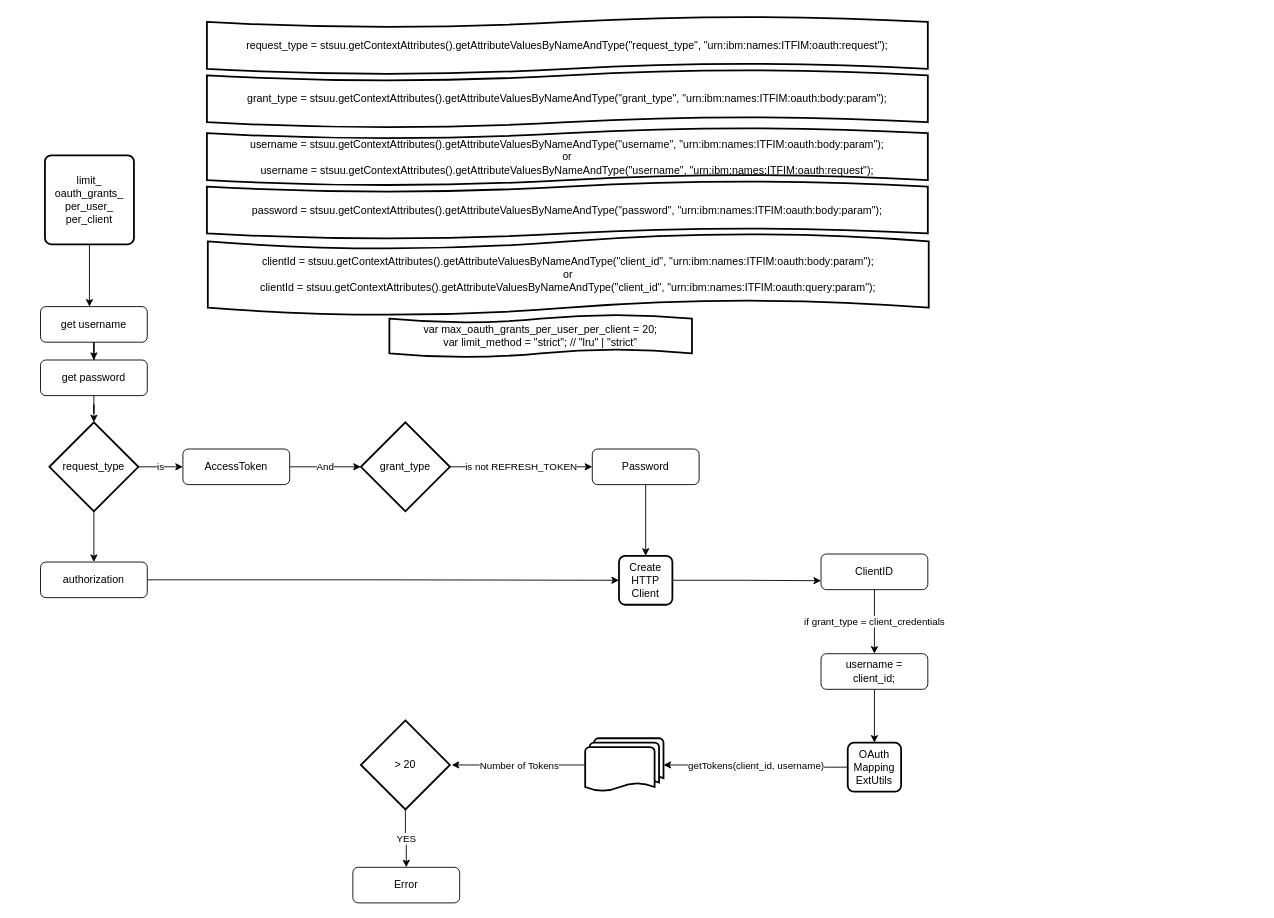
This is diagrams/enable_custom_tokens.drawio from jskbabu/sree-general, a draw.io file, before an edit. Source tidied: cells renumbered, new cells numbered last; positions are measured from the earlier drawing's top-left corner, leaving out a move shared by most shapes. Both pictures are drawn from the tidied source at 89%, with x=0, y=0 at pixel (40, 16).
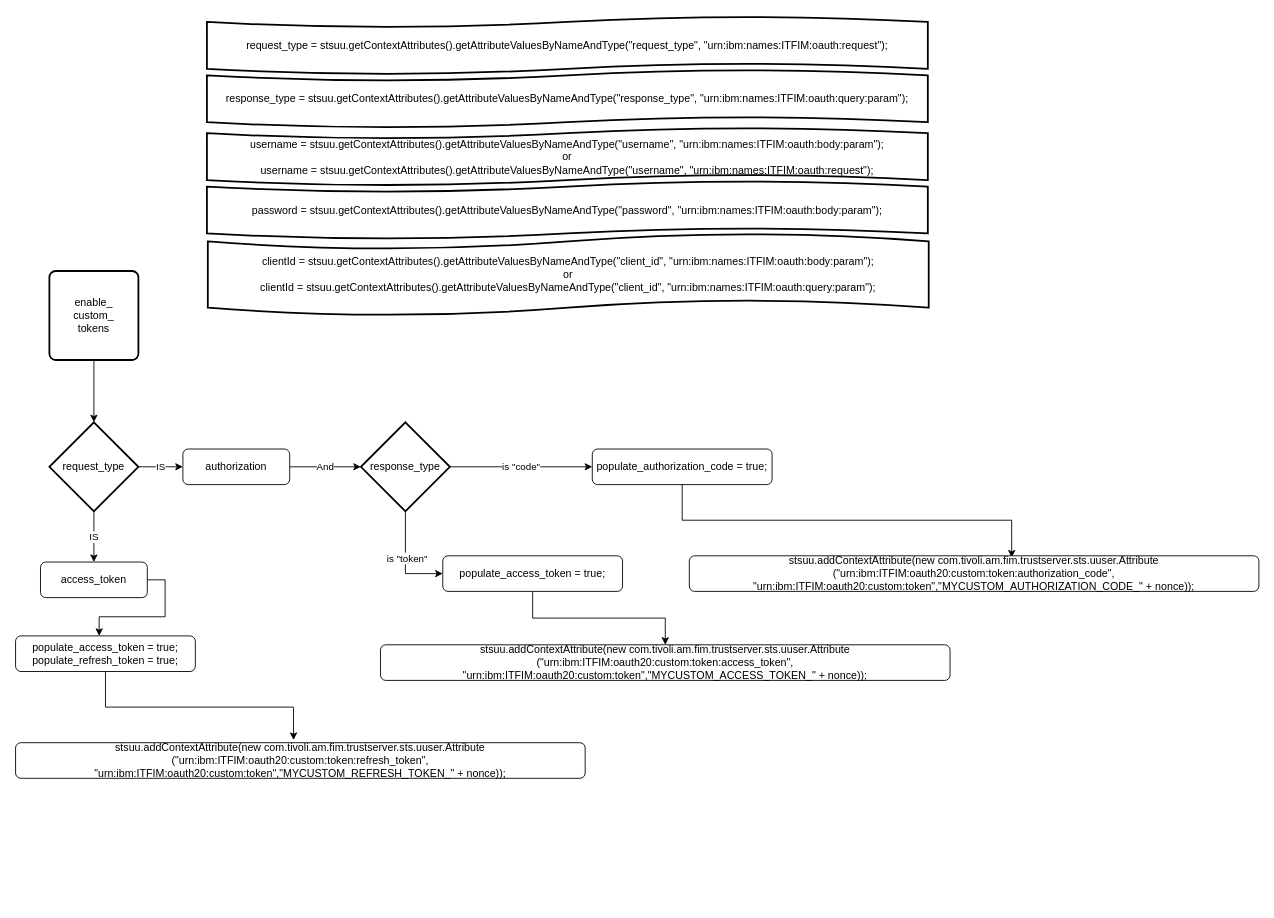
Above is the later version.

The change refers to these unchanged cells:
```xml
<mxCell id="9" value="request_type" style="strokeWidth=2;html=1;shape=mxgraph.flowchart.decision;whiteSpace=wrap;" parent="1" vertex="1">
  <mxGeometry x="10" y="456" width="100" height="100" as="geometry" />
</mxCell>
```

The edit, as a diff of the source:
```diff
@@
-    <mxCell id="2" style="edgeStyle=orthogonalEdgeStyle;rounded=0;jettySize=auto;html=1;exitX=0.5;exitY=0;exitDx=0;exitDy=0;entryX=0;entryY=0.5;entryDx=0;entryDy=0;" parent="1" edge="1" target="4">
-      <mxGeometry relative="1" as="geometry">
-        <mxPoint x="55" y="326" as="sourcePoint" />
-      </mxGeometry>
-    </mxCell>
-    <mxCell id="3" style="edgeStyle=orthogonalEdgeStyle;rounded=0;jettySize=auto;html=1;" parent="1" edge="1" source="4" target="6">
-      <mxGeometry relative="1" as="geometry" />
-    </mxCell>
-    <mxCell id="4" value="get username" style="rounded=1;whiteSpace=wrap;html=1;fontSize=12;glass=0;strokeWidth=1;shadow=0;" parent="1" vertex="1">
-      <mxGeometry y="326" width="120" height="40" as="geometry" />
-    </mxCell>
-    <mxCell id="5" style="edgeStyle=orthogonalEdgeStyle;rounded=0;jettySize=auto;html=1;" parent="1" edge="1" source="6" target="9">
-      <mxGeometry relative="1" as="geometry" />
-    </mxCell>
-    <mxCell id="6" value="get password" style="rounded=1;whiteSpace=wrap;html=1;fontSize=12;glass=0;strokeWidth=1;shadow=0;" parent="1" vertex="1">
-      <mxGeometry y="386" width="120" height="40" as="geometry" />
-    </mxCell>
-    <mxCell id="7" value="is" style="edgeStyle=orthogonalEdgeStyle;rounded=0;jettySize=auto;html=1;entryX=0;entryY=0.5;entryDx=0;entryDy=0;" parent="1" edge="1" source="9" target="11">
+    <mxCell id="7" value="IS" style="edgeStyle=orthogonalEdgeStyle;rounded=0;jettySize=auto;html=1;entryX=0;entryY=0.5;entryDx=0;entryDy=0;" parent="1" edge="1" source="9" target="11">
       <mxGeometry relative="1" as="geometry" />
     </mxCell>
-    <mxCell id="8" style="edgeStyle=orthogonalEdgeStyle;rounded=0;jettySize=auto;html=1;" parent="1" edge="1" source="9" target="25">
+    <mxCell id="8" value="IS" style="edgeStyle=orthogonalEdgeStyle;rounded=0;jettySize=auto;html=1;" parent="1" edge="1" source="9" target="25">
       <mxGeometry relative="1" as="geometry" />
     </mxCell>
@@
-    <mxCell id="11" value="AccessToken" style="rounded=1;whiteSpace=wrap;html=1;fontSize=12;glass=0;strokeWidth=1;shadow=0;" parent="1" vertex="1">
+    <mxCell id="11" value="authorization" style="rounded=1;whiteSpace=wrap;html=1;fontSize=12;glass=0;strokeWidth=1;shadow=0;" parent="1" vertex="1">
       <mxGeometry x="160" y="486" width="120" height="40" as="geometry" />
     </mxCell>
-    <mxCell id="12" value="is not REFRESH_TOKEN" style="edgeStyle=orthogonalEdgeStyle;rounded=0;jettySize=auto;html=1;" parent="1" edge="1" source="13" target="15">
+    <mxCell id="12" value="is &quot;code&quot;" style="edgeStyle=orthogonalEdgeStyle;rounded=0;jettySize=auto;html=1;" parent="1" edge="1" source="13" target="15">
       <mxGeometry relative="1" as="geometry">
         <Array as="points">
           <mxPoint x="542" y="506" />
           <mxPoint x="542" y="506" />
         </Array>
       </mxGeometry>
     </mxCell>
+    <mxCell id="39" style="edgeStyle=orthogonalEdgeStyle;rounded=0;jettySize=auto;html=1;entryX=0;entryY=0.5;entryDx=0;entryDy=0;" parent="1" edge="1" source="13" target="45">
+      <mxGeometry relative="1" as="geometry" />
+    </mxCell>
+    <mxCell id="40" value="is &quot;token&quot;" style="edgeLabel;html=1;align=center;verticalAlign=middle;" parent="39" vertex="1">
+      <mxGeometry x="-0.08" y="1" relative="1" as="geometry" />
+    </mxCell>
-    <mxCell id="13" value="grant_type" style="strokeWidth=2;html=1;shape=mxgraph.flowchart.decision;whiteSpace=wrap;" parent="1" vertex="1">
+    <mxCell id="13" value="response_type" style="strokeWidth=2;html=1;shape=mxgraph.flowchart.decision;whiteSpace=wrap;" parent="1" vertex="1">
       <mxGeometry x="360" y="456" width="100" height="100" as="geometry" />
     </mxCell>
-    <mxCell id="14" style="edgeStyle=orthogonalEdgeStyle;rounded=0;jettySize=auto;html=1;" parent="1" edge="1" source="15" target="19">
-      <mxGeometry relative="1" as="geometry" />
-    </mxCell>
+    <mxCell id="41" style="edgeStyle=orthogonalEdgeStyle;rounded=0;jettySize=auto;html=1;entryX=0.566;entryY=0.05;entryDx=0;entryDy=0;entryPerimeter=0;" parent="1" edge="1" source="15" target="48">
+      <mxGeometry relative="1" as="geometry" />
+    </mxCell>
-    <mxCell id="15" value="Password" style="rounded=1;whiteSpace=wrap;html=1;fontSize=12;glass=0;strokeWidth=1;shadow=0;" parent="1" vertex="1">
-      <mxGeometry x="620" y="486" width="120" height="40" as="geometry" />
+    <mxCell id="15" value="populate_authorization_code = true;" style="rounded=1;whiteSpace=wrap;html=1;fontSize=12;glass=0;strokeWidth=1;shadow=0;" parent="1" vertex="1">
+      <mxGeometry x="620" y="486" width="202" height="40" as="geometry" />
     </mxCell>
-    <mxCell id="16" style="edgeStyle=orthogonalEdgeStyle;rounded=0;jettySize=auto;html=1;" parent="1" edge="1" source="17" target="4">
-      <mxGeometry relative="1" as="geometry">
-        <Array as="points">
-          <mxPoint x="55" y="306" />
-          <mxPoint x="55" y="306" />
-        </Array>
-      </mxGeometry>
-    </mxCell>
+    <mxCell id="42" style="edgeStyle=orthogonalEdgeStyle;rounded=0;jettySize=auto;html=1;entryX=0.5;entryY=0;entryDx=0;entryDy=0;entryPerimeter=0;" parent="1" edge="1" source="17" target="9">
+      <mxGeometry relative="1" as="geometry" />
+    </mxCell>
-    <mxCell id="17" value="limit_&lt;br&gt;oauth_grants_&lt;br&gt;per_user_&lt;br&gt;per_client" style="rounded=1;whiteSpace=wrap;html=1;absoluteArcSize=1;arcSize=14;strokeWidth=2;" parent="1" vertex="1">
-      <mxGeometry x="5" y="156" width="100" height="100" as="geometry" />
+    <mxCell id="17" value="enable_&lt;br&gt;custom_&lt;br&gt;tokens" style="rounded=1;whiteSpace=wrap;html=1;absoluteArcSize=1;arcSize=14;strokeWidth=2;" parent="1" vertex="1">
+      <mxGeometry x="10" y="286" width="100" height="100" as="geometry" />
     </mxCell>
-    <mxCell id="18" style="edgeStyle=orthogonalEdgeStyle;rounded=0;jettySize=auto;html=1;entryX=0;entryY=0.75;entryDx=0;entryDy=0;" parent="1" edge="1" source="19" target="27">
-      <mxGeometry relative="1" as="geometry" />
-    </mxCell>
-    <mxCell id="19" value="Create &lt;br&gt;HTTP &lt;br&gt;Client" style="rounded=1;whiteSpace=wrap;html=1;absoluteArcSize=1;arcSize=14;strokeWidth=2;" parent="1" vertex="1">
-      <mxGeometry x="650" y="606" width="60" height="55" as="geometry" />
-    </mxCell>
@@
-    <mxCell id="21" value="grant_type =&amp;nbsp;stsuu.getContextAttributes().getAttributeValuesByNameAndType(&quot;grant_type&quot;, &quot;urn:ibm:names:ITFIM:oauth:body:param&quot;);" style="shape=tape;whiteSpace=wrap;html=1;strokeWidth=2;size=0.19;" parent="1" vertex="1">
+    <mxCell id="21" value="response_type =&amp;nbsp;stsuu.getContextAttributes().getAttributeValuesByNameAndType(&quot;response_type&quot;, &quot;urn:ibm:names:ITFIM:oauth:query:param&quot;);" style="shape=tape;whiteSpace=wrap;html=1;strokeWidth=2;size=0.19;" parent="1" vertex="1">
       <mxGeometry x="187" y="60" width="810" height="65" as="geometry" />
     </mxCell>
@@
-    <mxCell id="24" style="edgeStyle=orthogonalEdgeStyle;rounded=0;jettySize=auto;html=1;entryX=0;entryY=0.5;entryDx=0;entryDy=0;" parent="1" edge="1" source="25" target="19">
-      <mxGeometry relative="1" as="geometry" />
-    </mxCell>
+    <mxCell id="43" style="edgeStyle=orthogonalEdgeStyle;rounded=0;jettySize=auto;html=1;exitX=1;exitY=0.5;exitDx=0;exitDy=0;entryX=0.465;entryY=0;entryDx=0;entryDy=0;entryPerimeter=0;" parent="1" edge="1" source="25" target="47">
+      <mxGeometry relative="1" as="geometry" />
+    </mxCell>
-    <mxCell id="25" value="authorization" style="rounded=1;whiteSpace=wrap;html=1;fontSize=12;glass=0;strokeWidth=1;shadow=0;" parent="1" vertex="1">
+    <mxCell id="25" value="access_token" style="rounded=1;whiteSpace=wrap;html=1;fontSize=12;glass=0;strokeWidth=1;shadow=0;" parent="1" vertex="1">
       <mxGeometry y="613" width="120" height="40" as="geometry" />
     </mxCell>
-    <mxCell id="26" value="if grant_type =&amp;nbsp;client_credentials" style="edgeStyle=orthogonalEdgeStyle;rounded=0;jettySize=auto;html=1;" parent="1" edge="1" source="27">
-      <mxGeometry relative="1" as="geometry">
-        <mxPoint x="937" y="716" as="targetPoint" />
-      </mxGeometry>
-    </mxCell>
-    <mxCell id="27" value="ClientID" style="rounded=1;whiteSpace=wrap;html=1;fontSize=12;glass=0;strokeWidth=1;shadow=0;" parent="1" vertex="1">
-      <mxGeometry x="877" y="604" width="120" height="40" as="geometry" />
-    </mxCell>
@@
-    <mxCell id="29" style="edgeStyle=orthogonalEdgeStyle;rounded=0;jettySize=auto;html=1;" parent="1" edge="1" source="30" target="32">
-      <mxGeometry relative="1" as="geometry" />
-    </mxCell>
-    <mxCell id="30" value="username = &lt;br&gt;client_id;" style="rounded=1;whiteSpace=wrap;html=1;fontSize=12;glass=0;strokeWidth=1;shadow=0;" parent="1" vertex="1">
-      <mxGeometry x="877" y="716" width="120" height="40" as="geometry" />
-    </mxCell>
-    <mxCell id="31" value="getTokens(client_id, username)" style="edgeStyle=orthogonalEdgeStyle;rounded=0;jettySize=auto;html=1;entryX=1;entryY=0.5;entryDx=0;entryDy=0;entryPerimeter=0;" parent="1" edge="1" source="32" target="34">
-      <mxGeometry relative="1" as="geometry" />
-    </mxCell>
-    <mxCell id="32" value="OAuth&lt;br&gt;Mapping&lt;br&gt;ExtUtils" style="rounded=1;whiteSpace=wrap;html=1;absoluteArcSize=1;arcSize=14;strokeWidth=2;" parent="1" vertex="1">
-      <mxGeometry x="907" y="816" width="60" height="55" as="geometry" />
-    </mxCell>
-    <mxCell id="33" value="Number of Tokens" style="edgeStyle=orthogonalEdgeStyle;rounded=0;jettySize=auto;html=1;" parent="1" edge="1" source="34">
-      <mxGeometry relative="1" as="geometry">
-        <mxPoint x="462" y="841" as="targetPoint" />
-      </mxGeometry>
-    </mxCell>
-    <mxCell id="34" style="strokeWidth=2;html=1;shape=mxgraph.flowchart.multi-document;whiteSpace=wrap;" parent="1" vertex="1">
-      <mxGeometry x="612" y="811" width="88" height="60" as="geometry" />
-    </mxCell>
-    <mxCell id="35" value="&lt;div&gt;var max_oauth_grants_per_user_per_client = 20;&lt;/div&gt;&lt;div&gt;var limit_method = &quot;strict&quot;; // &quot;lru&quot; | &quot;strict&quot;&lt;/div&gt;" style="shape=tape;whiteSpace=wrap;html=1;strokeWidth=2;size=0.19;" parent="1" vertex="1">
-      <mxGeometry x="392" y="335" width="340" height="48" as="geometry" />
-    </mxCell>
-    <mxCell id="36" value="YES" style="edgeStyle=orthogonalEdgeStyle;rounded=0;jettySize=auto;html=1;" parent="1" edge="1" source="37" target="38">
-      <mxGeometry relative="1" as="geometry" />
-    </mxCell>
-    <mxCell id="37" value="&amp;gt; 20" style="strokeWidth=2;html=1;shape=mxgraph.flowchart.decision;whiteSpace=wrap;" parent="1" vertex="1">
-      <mxGeometry x="360" y="791" width="100" height="100" as="geometry" />
-    </mxCell>
-    <mxCell id="38" value="Error" style="rounded=1;whiteSpace=wrap;html=1;fontSize=12;glass=0;strokeWidth=1;shadow=0;" parent="1" vertex="1">
-      <mxGeometry x="351" y="956" width="120" height="40" as="geometry" />
-    </mxCell>
+    <mxCell id="44" style="edgeStyle=orthogonalEdgeStyle;rounded=0;jettySize=auto;html=1;" parent="1" edge="1" source="45" target="49">
+      <mxGeometry relative="1" as="geometry" />
+    </mxCell>
+    <mxCell id="45" value="populate_access_token = true;" style="rounded=1;whiteSpace=wrap;html=1;fontSize=12;glass=0;strokeWidth=1;shadow=0;" parent="1" vertex="1">
+      <mxGeometry x="452" y="606" width="202" height="40" as="geometry" />
+    </mxCell>
+    <mxCell id="46" style="edgeStyle=orthogonalEdgeStyle;rounded=0;jettySize=auto;html=1;entryX=0.488;entryY=-0.075;entryDx=0;entryDy=0;entryPerimeter=0;" parent="1" edge="1" source="47" target="50">
+      <mxGeometry relative="1" as="geometry" />
+    </mxCell>
+    <mxCell id="47" value="&lt;div&gt;populate_access_token = true;&lt;/div&gt;&lt;div&gt;   populate_refresh_token = true;&lt;/div&gt;" style="rounded=1;whiteSpace=wrap;html=1;fontSize=12;glass=0;strokeWidth=1;shadow=0;" parent="1" vertex="1">
+      <mxGeometry x="-28" y="696" width="202" height="40" as="geometry" />
+    </mxCell>
+    <mxCell id="48" value="stsuu.addContextAttribute(new com.tivoli.am.fim.trustserver.sts.uuser.Attribute&lt;br&gt;(&quot;urn:ibm:ITFIM:oauth20:custom:token:authorization_code&quot;,&lt;br&gt;&quot;urn:ibm:ITFIM:oauth20:custom:token&quot;,&quot;MYCUSTOM_AUTHORIZATION_CODE_&quot; + nonce));" style="rounded=1;whiteSpace=wrap;html=1;fontSize=12;glass=0;strokeWidth=1;shadow=0;" parent="1" vertex="1">
+      <mxGeometry x="729" y="606" width="640" height="40" as="geometry" />
+    </mxCell>
+    <mxCell id="49" value="stsuu.addContextAttribute(new com.tivoli.am.fim.trustserver.sts.uuser.Attribute&lt;br&gt;(&quot;urn:ibm:ITFIM:oauth20:custom:token:access_token&quot;,&lt;br&gt;&quot;urn:ibm:ITFIM:oauth20:custom:token&quot;,&quot;MYCUSTOM_ACCESS_TOKEN_&quot; + nonce));" style="rounded=1;whiteSpace=wrap;html=1;fontSize=12;glass=0;strokeWidth=1;shadow=0;" parent="1" vertex="1">
+      <mxGeometry x="382" y="706" width="640" height="40" as="geometry" />
+    </mxCell>
+    <mxCell id="50" value="stsuu.addContextAttribute(new com.tivoli.am.fim.trustserver.sts.uuser.Attribute&lt;br&gt;(&quot;urn:ibm:ITFIM:oauth20:custom:token:refresh_token&quot;,&lt;br&gt;&quot;urn:ibm:ITFIM:oauth20:custom:token&quot;,&quot;MYCUSTOM_REFRESH_TOKEN_&quot; + nonce));" style="rounded=1;whiteSpace=wrap;html=1;fontSize=12;glass=0;strokeWidth=1;shadow=0;" parent="1" vertex="1">
+      <mxGeometry x="-28" y="816" width="640" height="40" as="geometry" />
+    </mxCell>
```
